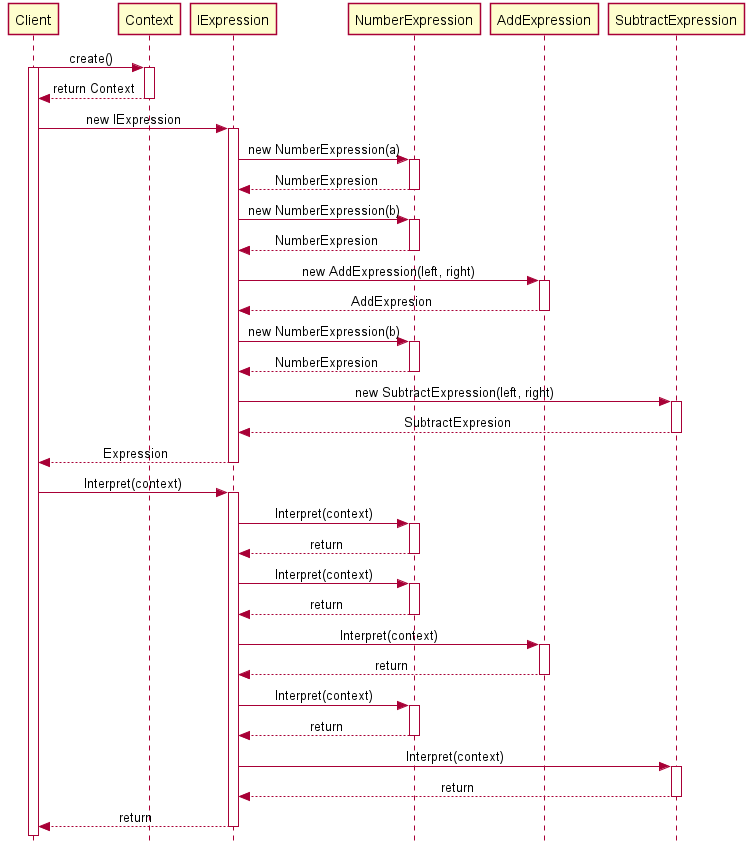
Above: Lab8_Interpreter/Diagrams/Sequence Diagram.png in cuptain/Software-architecture-design (PlantUML), before the change.
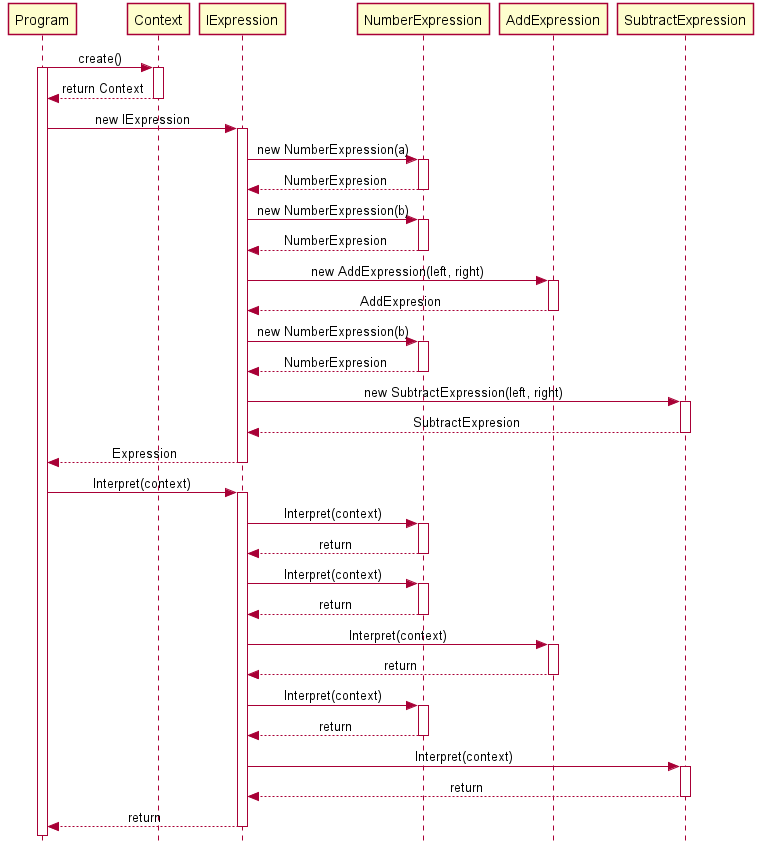
Above is the later version.

Commit message:
Added sequence diagram for 8th lab

What changed in the source:
```diff
@@ -3,21 +3,21 @@
 skinparam Style strictuml
 skinparam SequenceMessageAlignment center
 
-participant "Client" as C
+participant "Program" as P
 participant "Context" as Con
 participant "IExpression" as I
 participant "NumberExpression" as N
 participant "AddExpression" as Add
 participant "SubtractExpression" as Sub
 
-C -> Con: create()
-activate C
+P -> Con: create()
+activate P
 activate Con
 
-Con --> C: return Context
+Con --> P: return Context
 deactivate Con
 
-C -> I: new IExpression
+P -> I: new IExpression
 activate I
 
 I -> N: new NumberExpression(a)
@@ -50,10 +50,10 @@
 Sub --> I: SubtractExpresion
 deactivate Sub
 
-I --> C: Expression
+I --> P: Expression
 deactivate I
 
-C -> I: Interpret(context)
+P -> I: Interpret(context)
 activate I
 
 I -> N: Interpret(context)
@@ -86,7 +86,7 @@
 Sub --> I: return
 deactivate Sub
 
-I --> C: return
+I --> P: return
 deactivate I
 
 @enduml
```
